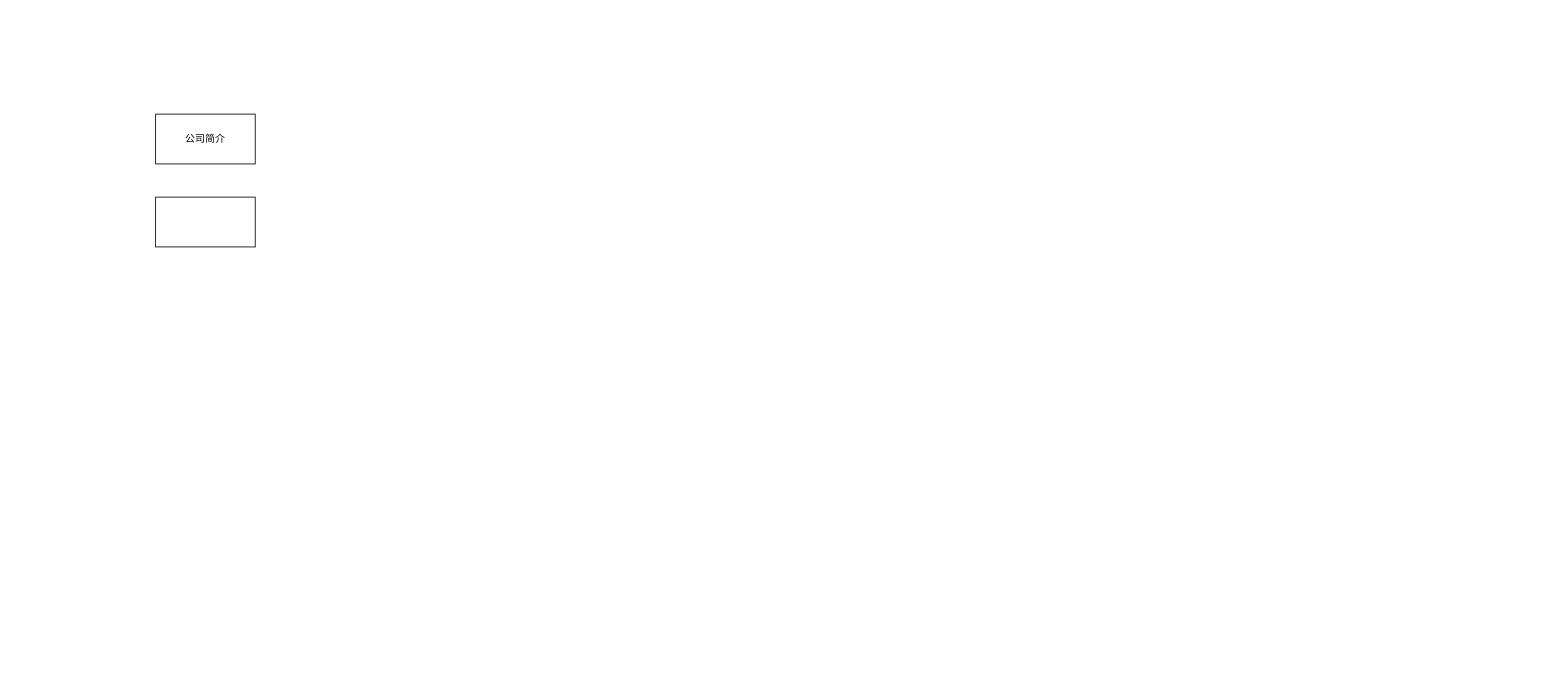
bzerozero7/test keeps this draw.io diagram as 培训思路图.drawio. Above is the earlier version. Source tidied: cells renumbered, new cells numbered last; positions are measured from the earlier drawing's top-left corner, leaving out a move shared by most shapes. Both pictures are drawn from the tidied source at 83%, with x=0, y=0 at pixel (155, 114).
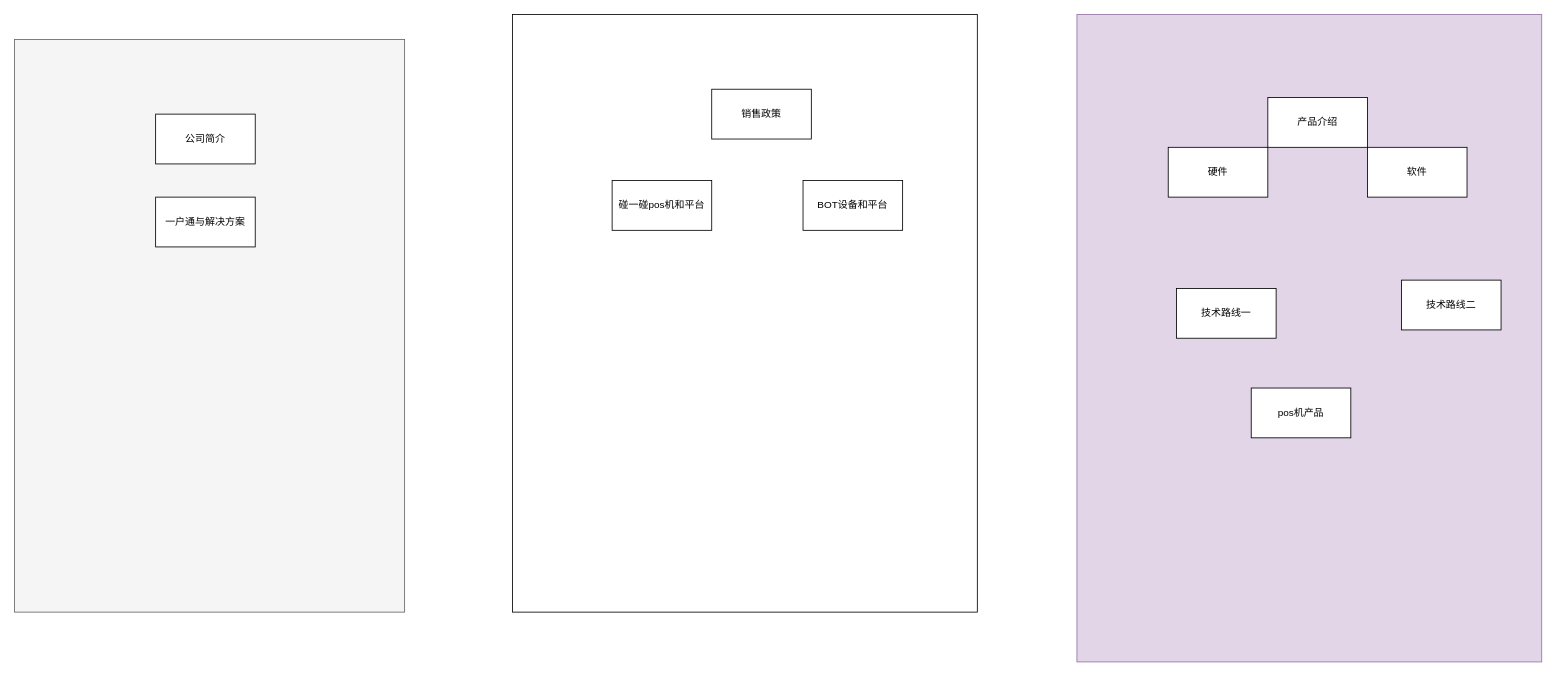
The same page after the edit.

Commit message:
更新培训思路图.drawio

The edit, as a diff of the source:
```diff
@@
 <mxGraphModel>
   <root>
     <mxCell id="0" />
     <mxCell id="1" parent="0" />
+    <mxCell id="4" style="rounded=0;whiteSpace=wrap;html=1;" parent="1" vertex="1">
+      <mxGeometry x="430" y="-120" width="560" height="720" as="geometry" />
+    </mxCell>
+    <mxCell id="5" style="rounded=0;whiteSpace=wrap;html=1;fillColor=#e1d5e7;strokeColor=#9673a6;" parent="1" vertex="1">
+      <mxGeometry x="1110" y="-120" width="560" height="780" as="geometry" />
+    </mxCell>
+    <mxCell id="6" style="rounded=0;whiteSpace=wrap;html=1;fillColor=#f5f5f5;strokeColor=#666666;fontColor=#333333;" parent="1" vertex="1">
+      <mxGeometry x="-170" y="-90" width="470" height="690" as="geometry" />
+    </mxCell>
     <mxCell id="2" value="公司简介" style="rounded=0;whiteSpace=wrap;html=1;" parent="1" vertex="1">
       <mxGeometry width="120" height="60" as="geometry" />
     </mxCell>
-    <mxCell id="3" style="rounded=0;whiteSpace=wrap;html=1;" parent="1" vertex="1">
+    <mxCell id="3" value="一户通与解决方案" style="rounded=0;whiteSpace=wrap;html=1;" parent="1" vertex="1">
       <mxGeometry y="100" width="120" height="60" as="geometry" />
     </mxCell>
+    <mxCell id="7" value="技术路线一" style="rounded=0;whiteSpace=wrap;html=1;" parent="1" vertex="1">
+      <mxGeometry x="1230" y="210" width="120" height="60" as="geometry" />
+    </mxCell>
+    <mxCell id="8" value="技术路线二" style="rounded=0;whiteSpace=wrap;html=1;" parent="1" vertex="1">
+      <mxGeometry x="1501" y="200" width="120" height="60" as="geometry" />
+    </mxCell>
+    <mxCell id="9" value="pos机产品" style="rounded=0;whiteSpace=wrap;html=1;" parent="1" vertex="1">
+      <mxGeometry x="1320" y="330" width="120" height="60" as="geometry" />
+    </mxCell>
+    <mxCell id="10" value="销售政策" style="rounded=0;whiteSpace=wrap;html=1;" parent="1" vertex="1">
+      <mxGeometry x="670" y="-30" width="120" height="60" as="geometry" />
+    </mxCell>
+    <mxCell id="11" value="产品介绍" style="rounded=0;whiteSpace=wrap;html=1;" parent="1" vertex="1">
+      <mxGeometry x="1340" y="-20" width="120" height="60" as="geometry" />
+    </mxCell>
+    <mxCell id="12" value="软件" style="rounded=0;whiteSpace=wrap;html=1;" parent="1" vertex="1">
+      <mxGeometry x="1460" y="40" width="120" height="60" as="geometry" />
+    </mxCell>
+    <mxCell id="13" value="硬件" style="rounded=0;whiteSpace=wrap;html=1;" parent="1" vertex="1">
+      <mxGeometry x="1220" y="40" width="120" height="60" as="geometry" />
+    </mxCell>
+    <mxCell id="14" value="碰一碰pos机和平台" style="rounded=0;whiteSpace=wrap;html=1;" parent="1" vertex="1">
+      <mxGeometry x="550" y="80" width="120" height="60" as="geometry" />
+    </mxCell>
+    <mxCell id="15" value="BOT设备和平台" style="rounded=0;whiteSpace=wrap;html=1;" parent="1" vertex="1">
+      <mxGeometry x="780" y="80" width="120" height="60" as="geometry" />
+    </mxCell>
   </root>
 </mxGraphModel>
```
